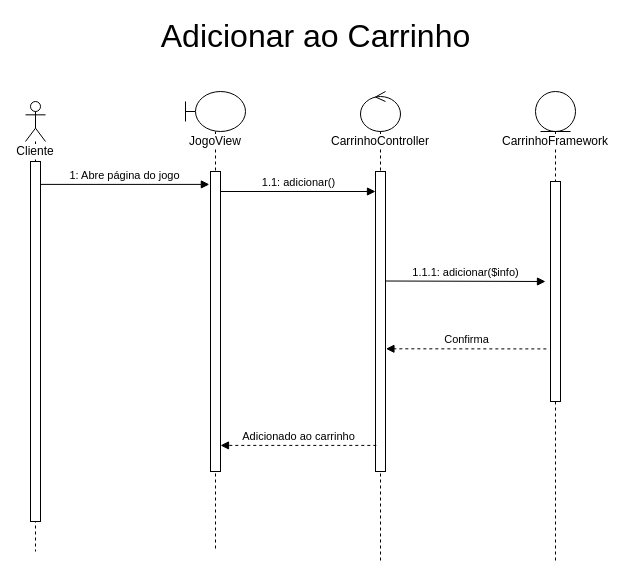
Earlier version of the draw.io diagram page "Adicionar ao Carinho" (3 of 8) of docs/Diagramas/Diagrama-Sequência/Sequencia.drawio (joaopaulo7/GCC188-Projeto-Final). Source tidied: cells renumbered, new cells numbered last; positions are measured from the earlier drawing's top-left corner, leaving out a move shared by most shapes. Both pictures are drawn from the tidied source at 100%, with x=0, y=0 at pixel (25, 21).
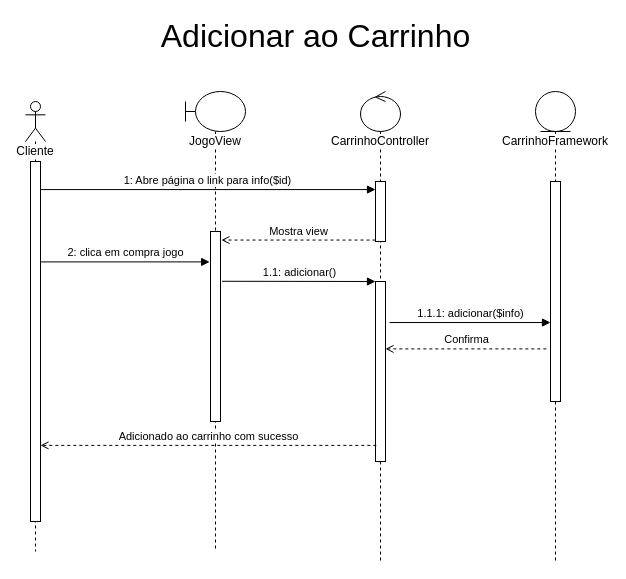
The same page after the edit.

What changed in the source:
```diff
@@
 <mxGraphModel>
   <root>
     <mxCell id="0" />
     <mxCell id="1" parent="0" />
     <mxCell id="2" value="&lt;span style=&quot;background-color: rgb(255 , 255 , 255)&quot;&gt;Cliente&lt;/span&gt;" style="shape=umlLifeline;participant=umlActor;perimeter=lifelinePerimeter;whiteSpace=wrap;html=1;verticalAlign=top;spacingTop=36;" parent="1" vertex="1">
       <mxGeometry y="80" width="20" height="450" as="geometry" />
     </mxCell>
     <mxCell id="3" style="html=1;points=[];perimeter=orthogonalPerimeter;fillColor=default;" parent="2" vertex="1">
       <mxGeometry x="5" y="60" width="10" height="360" as="geometry" />
     </mxCell>
     <mxCell id="4" value="&lt;span style=&quot;background-color: rgb(255 , 255 , 255)&quot;&gt;JogoView&lt;/span&gt;" style="shape=umlLifeline;participant=umlBoundary;perimeter=lifelinePerimeter;whiteSpace=wrap;html=1;verticalAlign=top;spacingTop=36;" parent="1" vertex="1">
       <mxGeometry x="160" y="70" width="60" height="460" as="geometry" />
     </mxCell>
     <mxCell id="5" style="html=1;points=[];perimeter=orthogonalPerimeter;fillColor=default;" parent="4" vertex="1">
-      <mxGeometry x="25" y="80" width="10" height="300" as="geometry" />
+      <mxGeometry x="25" y="140" width="10" height="190" as="geometry" />
     </mxCell>
-    <mxCell id="6" value="1.1: adicionar()" style="html=1;verticalAlign=bottom;endArrow=block;rounded=0;" parent="4" edge="1" target="8">
-      <mxGeometry relative="1" as="geometry">
-        <mxPoint x="35" y="100" as="sourcePoint" />
-      </mxGeometry>
-    </mxCell>
     <mxCell id="7" value="&lt;span style=&quot;background-color: rgb(255 , 255 , 255)&quot;&gt;CarrinhoController&lt;/span&gt;" style="shape=umlLifeline;participant=umlControl;perimeter=lifelinePerimeter;whiteSpace=wrap;html=1;verticalAlign=top;spacingTop=36;fillColor=default;" parent="1" vertex="1">
       <mxGeometry x="335" y="70" width="40" height="470" as="geometry" />
     </mxCell>
     <mxCell id="8" style="html=1;points=[];perimeter=orthogonalPerimeter;labelBackgroundColor=#FFFFFF;fillColor=default;" parent="7" vertex="1">
-      <mxGeometry x="15" y="80" width="10" height="300" as="geometry" />
+      <mxGeometry x="15" y="190" width="10" height="180" as="geometry" />
     </mxCell>
+    <mxCell id="16" style="html=1;points=[];perimeter=orthogonalPerimeter;" parent="7" vertex="1">
+      <mxGeometry x="15" y="90" width="10" height="60" as="geometry" />
+    </mxCell>
-    <mxCell id="9" value="1: Abre página do jogo" style="html=1;verticalAlign=bottom;endArrow=block;rounded=0;entryX=-0.114;entryY=0.043;entryDx=0;entryDy=0;entryPerimeter=0;" parent="1" edge="1" source="3" target="5">
+    <mxCell id="9" value="1: Abre página o link para info($id)" style="html=1;verticalAlign=bottom;endArrow=block;rounded=0;exitX=1.021;exitY=0.078;exitDx=0;exitDy=0;exitPerimeter=0;" parent="1" edge="1" source="3" target="16">
       <mxGeometry relative="1" as="geometry" />
     </mxCell>
     <mxCell id="10" value="CarrinhoFramework" style="shape=umlLifeline;participant=umlEntity;perimeter=lifelinePerimeter;whiteSpace=wrap;html=1;verticalAlign=top;spacingTop=36;labelBackgroundColor=#FFFFFF;fillColor=default;" parent="1" vertex="1">
       <mxGeometry x="510" y="70" width="40" height="470" as="geometry" />
     </mxCell>
     <mxCell id="11" style="html=1;points=[];perimeter=orthogonalPerimeter;labelBackgroundColor=#FFFFFF;fillColor=default;" parent="10" vertex="1">
       <mxGeometry x="15" y="90" width="10" height="220" as="geometry" />
     </mxCell>
-    <mxCell id="12" value="1.1.1: adicionar($info)" style="html=1;verticalAlign=bottom;endArrow=block;rounded=0;exitX=1.043;exitY=0.365;exitDx=0;exitDy=0;exitPerimeter=0;" parent="1" edge="1" source="8">
-      <mxGeometry relative="1" as="geometry">
-        <mxPoint x="520" y="260" as="targetPoint" />
-      </mxGeometry>
+    <mxCell id="12" value="1.1.1: adicionar($info)" style="html=1;verticalAlign=bottom;endArrow=block;rounded=0;exitX=1.4;exitY=0.228;exitDx=0;exitDy=0;exitPerimeter=0;" parent="1" edge="1" source="8" target="11">
+      <mxGeometry relative="1" as="geometry" />
     </mxCell>
-    <mxCell id="13" value="Confirma" style="html=1;verticalAlign=bottom;endArrow=block;rounded=0;exitX=-0.417;exitY=0.761;exitDx=0;exitDy=0;exitPerimeter=0;dashed=1;entryX=1.043;entryY=0.591;entryDx=0;entryDy=0;entryPerimeter=0;" parent="1" edge="1" source="11" target="8">
+    <mxCell id="13" value="Confirma" style="html=1;verticalAlign=bottom;endArrow=open;rounded=0;exitX=-0.417;exitY=0.761;exitDx=0;exitDy=0;exitPerimeter=0;dashed=1;endFill=0;" parent="1" edge="1" source="11" target="8">
       <mxGeometry relative="1" as="geometry" />
     </mxCell>
-    <mxCell id="14" value="Adicionado ao carrinho" style="html=1;verticalAlign=bottom;endArrow=block;rounded=0;exitX=0.083;exitY=0.953;exitDx=0;exitDy=0;exitPerimeter=0;dashed=1;" parent="1" edge="1">
+    <mxCell id="14" value="Adicionado ao carrinho com sucesso" style="html=1;verticalAlign=bottom;endArrow=open;rounded=0;exitX=0.083;exitY=0.953;exitDx=0;exitDy=0;exitPerimeter=0;dashed=1;endFill=0;" parent="1" edge="1" target="3">
       <mxGeometry relative="1" as="geometry">
         <mxPoint x="350.8" y="423.9" as="sourcePoint" />
-        <mxPoint x="195" y="423.9" as="targetPoint" />
       </mxGeometry>
     </mxCell>
     <mxCell id="15" value="&lt;font style=&quot;font-size: 32px&quot;&gt;Adicionar ao Carrinho&lt;/font&gt;" style="text;html=1;align=center;verticalAlign=middle;strokeColor=none;fillColor=none;" parent="1" vertex="1">
       <mxGeometry x="125" width="330" height="30" as="geometry" />
     </mxCell>
+    <mxCell id="6" value="1.1: adicionar()" style="html=1;verticalAlign=bottom;endArrow=block;rounded=0;exitX=1.159;exitY=0.262;exitDx=0;exitDy=0;exitPerimeter=0;" parent="1" edge="1" source="5" target="8">
+      <mxGeometry relative="1" as="geometry" />
+    </mxCell>
+    <mxCell id="17" value="Mostra view" style="html=1;verticalAlign=bottom;endArrow=open;rounded=0;dashed=1;entryX=1.09;entryY=0.045;entryDx=0;entryDy=0;entryPerimeter=0;endFill=0;" parent="1" edge="1" source="16" target="5">
+      <mxGeometry relative="1" as="geometry" />
+    </mxCell>
+    <mxCell id="18" value="2: clica em compra jogo" style="html=1;verticalAlign=bottom;endArrow=block;rounded=0;entryX=-0.083;entryY=0.16;entryDx=0;entryDy=0;entryPerimeter=0;" parent="1" edge="1" source="3" target="5">
+      <mxGeometry relative="1" as="geometry" />
+    </mxCell>
   </root>
 </mxGraphModel>
```
